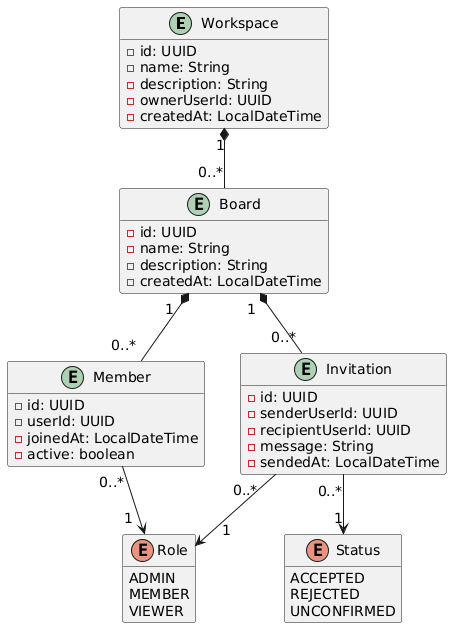
The PlantUML diagram assets/diagrama_project.png in ArmandoEnrique1010K/TrelloMicroservices, before a commit.
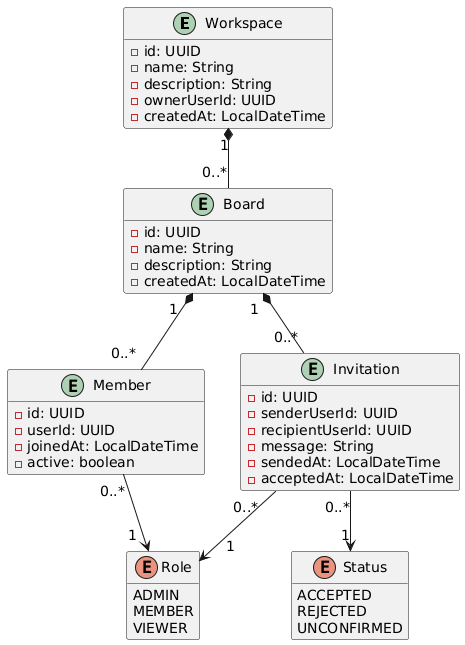
The same file after the commit.

What changed in the source:
```diff
@@ -23,6 +23,7 @@
     - recipientUserId: UUID
     - message: String
     - sendedAt: LocalDateTime
+    - acceptedAt: LocalDateTime
 }
 
 entity Member {
```
